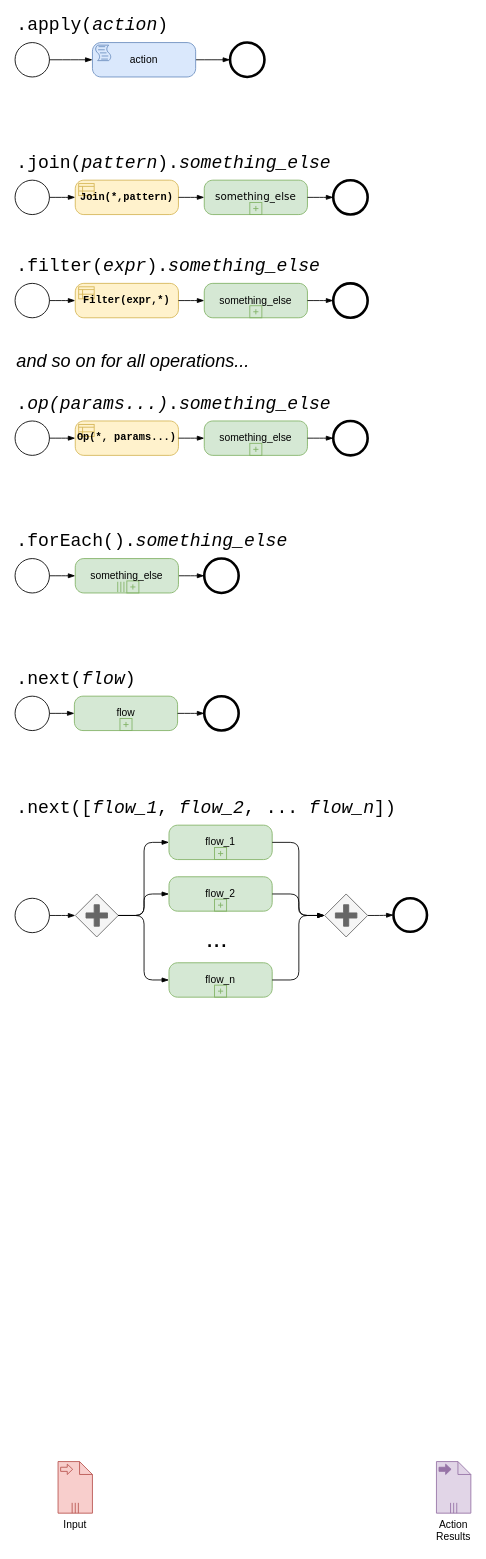
Earlier version of the draw.io diagram page "filter" (10 of 22) of doc/BPMN_flow.drawio (miguel76/know-flow). Source tidied: cells renumbered, new cells numbered last; positions are measured from the earlier drawing's top-left corner, leaving out a move shared by most shapes. Both pictures are drawn from the tidied source at 86%, with x=0, y=0 at pixel (15, 16).
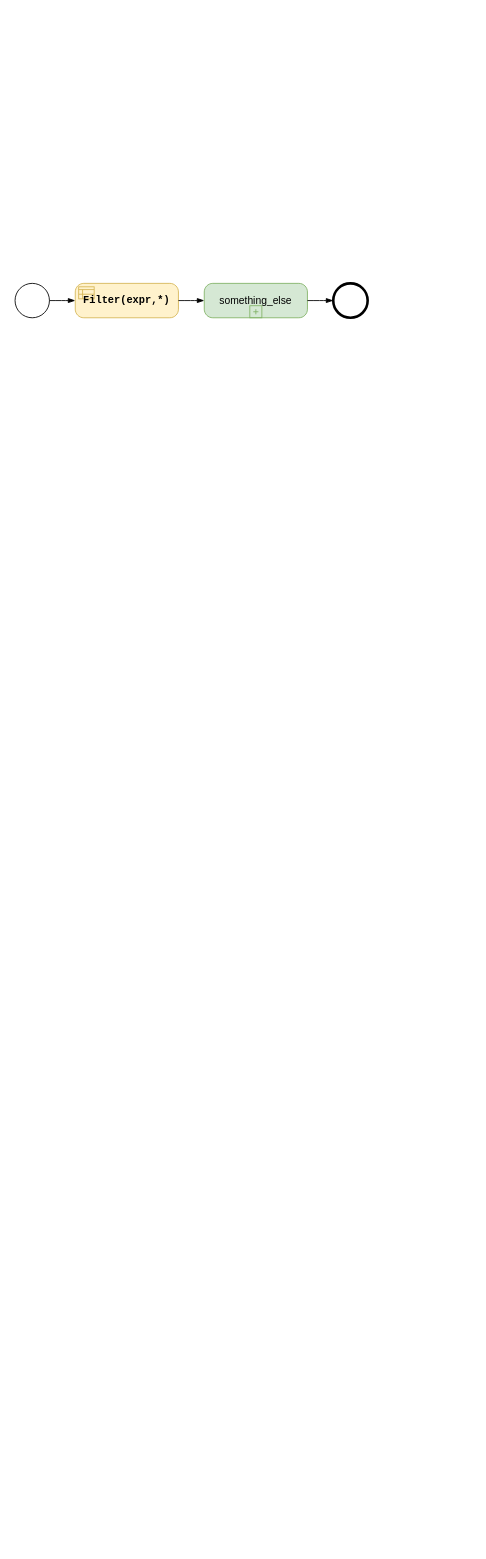
The same diagram, later.

What changed in the source:
```diff
@@
-    <mxCell id="2" style="points=[[0.145,0.145,0],[0.5,0,0],[0.855,0.145,0],[1,0.5,0],[0.855,0.855,0],[0.5,1,0],[0.145,0.855,0],[0,0.5,0]];shape=mxgraph.bpmn.event;html=1;verticalLabelPosition=bottom;labelBackgroundColor=#ffffff;verticalAlign=top;align=center;perimeter=ellipsePerimeter;outlineConnect=0;outline=standard;symbol=general;" parent="1" vertex="1">
-      <mxGeometry y="30" width="40" height="40" as="geometry" />
-    </mxCell>
-    <mxCell id="3" style="edgeStyle=elbowEdgeStyle;fontSize=12;html=1;endArrow=blockThin;endFill=1;exitX=1;exitY=0.5;exitDx=0;exitDy=0;exitPerimeter=0;entryX=0;entryY=0.5;entryDx=0;entryDy=0;entryPerimeter=0;" parent="1" edge="1" source="2" target="6">
-      <mxGeometry relative="1" as="geometry" />
-    </mxCell>
-    <mxCell id="4" style="points=[[0.145,0.145,0],[0.5,0,0],[0.855,0.145,0],[1,0.5,0],[0.855,0.855,0],[0.5,1,0],[0.145,0.855,0],[0,0.5,0]];shape=mxgraph.bpmn.event;html=1;verticalLabelPosition=bottom;labelBackgroundColor=#ffffff;verticalAlign=top;align=center;perimeter=ellipsePerimeter;outlineConnect=0;outline=end;symbol=terminate2;" parent="1" vertex="1">
-      <mxGeometry x="250" y="30" width="40" height="40" as="geometry" />
-    </mxCell>
-    <mxCell id="5" style="edgeStyle=elbowEdgeStyle;fontSize=12;html=1;endArrow=blockThin;endFill=1;exitX=1;exitY=0.5;exitDx=0;exitDy=0;exitPerimeter=0;entryX=0;entryY=0.5;entryDx=0;entryDy=0;entryPerimeter=0;" parent="1" edge="1" source="6" target="4">
-      <mxGeometry relative="1" as="geometry" />
-    </mxCell>
-    <mxCell id="6" value="action" style="points=[[0.25,0,0],[0.5,0,0],[0.75,0,0],[1,0.25,0],[1,0.5,0],[1,0.75,0],[0.75,1,0],[0.5,1,0],[0.25,1,0],[0,0.75,0],[0,0.5,0],[0,0.25,0]];shape=mxgraph.bpmn.task;whiteSpace=wrap;rectStyle=rounded;size=10;taskMarker=script;fillColor=#dae8fc;strokeColor=#6c8ebf;" parent="1" vertex="1">
-      <mxGeometry x="90" y="30" width="120" height="40" as="geometry" />
-    </mxCell>
-    <mxCell id="7" value="&lt;font style=&quot;font-size: 21px&quot; face=&quot;Courier New&quot;&gt;.apply(&lt;i&gt;action&lt;/i&gt;)&lt;/font&gt;" style="text;html=1;strokeColor=none;fillColor=none;align=left;verticalAlign=middle;whiteSpace=wrap;rounded=0;" parent="1" vertex="1">
-      <mxGeometry width="170" height="20" as="geometry" />
-    </mxCell>
-    <mxCell id="8" style="points=[[0.145,0.145,0],[0.5,0,0],[0.855,0.145,0],[1,0.5,0],[0.855,0.855,0],[0.5,1,0],[0.145,0.855,0],[0,0.5,0]];shape=mxgraph.bpmn.event;html=1;verticalLabelPosition=bottom;labelBackgroundColor=#ffffff;verticalAlign=top;align=center;perimeter=ellipsePerimeter;outlineConnect=0;outline=standard;symbol=general;" parent="1" vertex="1">
-      <mxGeometry y="190" width="40" height="40" as="geometry" />
-    </mxCell>
-    <mxCell id="9" style="edgeStyle=elbowEdgeStyle;fontSize=12;html=1;endArrow=blockThin;endFill=1;exitX=1;exitY=0.5;exitDx=0;exitDy=0;exitPerimeter=0;entryX=0;entryY=0.5;entryDx=0;entryDy=0;entryPerimeter=0;" parent="1" edge="1" source="8" target="11">
-      <mxGeometry relative="1" as="geometry" />
-    </mxCell>
-    <mxCell id="10" value="&lt;font style=&quot;font-size: 21px&quot; face=&quot;Courier New&quot;&gt;.join(&lt;i&gt;pattern&lt;/i&gt;).&lt;i&gt;something_else&lt;/i&gt;&lt;/font&gt;" style="text;html=1;strokeColor=none;fillColor=none;align=left;verticalAlign=middle;whiteSpace=wrap;rounded=0;" parent="1" vertex="1">
-      <mxGeometry y="160" width="300" height="20" as="geometry" />
-    </mxCell>
-    <mxCell id="11" value="Join(*,pattern)" style="points=[[0.25,0,0],[0.5,0,0],[0.75,0,0],[1,0.25,0],[1,0.5,0],[1,0.75,0],[0.75,1,0],[0.5,1,0],[0.25,1,0],[0,0.75,0],[0,0.5,0],[0,0.25,0]];shape=mxgraph.bpmn.task;whiteSpace=wrap;rectStyle=rounded;size=10;taskMarker=businessRule;fillColor=#fff2cc;strokeColor=#d6b656;fontFamily=Courier New;fontStyle=1;" parent="1" vertex="1">
-      <mxGeometry x="70" y="190" width="120" height="40" as="geometry" />
-    </mxCell>
-    <mxCell id="12" style="edgeStyle=elbowEdgeStyle;fontSize=12;html=1;endArrow=blockThin;endFill=1;exitX=1;exitY=0.5;exitDx=0;exitDy=0;exitPerimeter=0;entryX=0;entryY=0.5;entryDx=0;entryDy=0;entryPerimeter=0;" parent="1" edge="1" source="11" target="13">
-      <mxGeometry relative="1" as="geometry" />
-    </mxCell>
-    <mxCell id="13" value="something_else" style="points=[[0.25,0,0],[0.5,0,0],[0.75,0,0],[1,0.25,0],[1,0.5,0],[1,0.75,0],[0.75,1,0],[0.5,1,0],[0.25,1,0],[0,0.75,0],[0,0.5,0],[0,0.25,0]];shape=mxgraph.bpmn.task;whiteSpace=wrap;rectStyle=rounded;size=10;taskMarker=abstract;isLoopSub=1;fillColor=#d5e8d4;strokeColor=#82b366;fontFamily=Verdana;" parent="1" vertex="1">
-      <mxGeometry x="220" y="190" width="120" height="40" as="geometry" />
-    </mxCell>
-    <mxCell id="14" style="points=[[0.145,0.145,0],[0.5,0,0],[0.855,0.145,0],[1,0.5,0],[0.855,0.855,0],[0.5,1,0],[0.145,0.855,0],[0,0.5,0]];shape=mxgraph.bpmn.event;html=1;verticalLabelPosition=bottom;labelBackgroundColor=#ffffff;verticalAlign=top;align=center;perimeter=ellipsePerimeter;outlineConnect=0;outline=end;symbol=terminate2;" parent="1" vertex="1">
-      <mxGeometry x="370" y="190" width="40" height="40" as="geometry" />
-    </mxCell>
-    <mxCell id="15" style="edgeStyle=elbowEdgeStyle;fontSize=12;html=1;endArrow=blockThin;endFill=1;exitX=1;exitY=0.5;exitDx=0;exitDy=0;exitPerimeter=0;entryX=0;entryY=0.5;entryDx=0;entryDy=0;entryPerimeter=0;" parent="1" edge="1" source="13" target="14">
-      <mxGeometry relative="1" as="geometry" />
-    </mxCell>
@@
-    <mxCell id="18" value="&lt;font style=&quot;font-size: 21px&quot; face=&quot;Courier New&quot;&gt;.filter(&lt;i&gt;expr&lt;/i&gt;).&lt;i&gt;something_else&lt;/i&gt;&lt;/font&gt;" style="text;html=1;strokeColor=none;fillColor=none;align=left;verticalAlign=middle;whiteSpace=wrap;rounded=0;" parent="1" vertex="1">
-      <mxGeometry y="280" width="340" height="20" as="geometry" />
-    </mxCell>
@@
-    <mxCell id="24" value="&lt;font style=&quot;font-size: 21px&quot; face=&quot;Courier New&quot;&gt;.&lt;i&gt;op(params...)&lt;/i&gt;.&lt;i&gt;something_else&lt;/i&gt;&lt;/font&gt;" style="text;html=1;strokeColor=none;fillColor=none;align=left;verticalAlign=middle;whiteSpace=wrap;rounded=0;" parent="1" vertex="1">
-      <mxGeometry y="440" width="340" height="20" as="geometry" />
-    </mxCell>
-    <mxCell id="25" style="points=[[0.145,0.145,0],[0.5,0,0],[0.855,0.145,0],[1,0.5,0],[0.855,0.855,0],[0.5,1,0],[0.145,0.855,0],[0,0.5,0]];shape=mxgraph.bpmn.event;html=1;verticalLabelPosition=bottom;labelBackgroundColor=#ffffff;verticalAlign=top;align=center;perimeter=ellipsePerimeter;outlineConnect=0;outline=standard;symbol=general;" parent="1" vertex="1">
-      <mxGeometry y="470" width="40" height="40" as="geometry" />
-    </mxCell>
-    <mxCell id="26" style="edgeStyle=elbowEdgeStyle;fontSize=12;html=1;endArrow=blockThin;endFill=1;exitX=1;exitY=0.5;exitDx=0;exitDy=0;exitPerimeter=0;entryX=0;entryY=0.5;entryDx=0;entryDy=0;entryPerimeter=0;" parent="1" edge="1" source="25" target="27">
-      <mxGeometry relative="1" as="geometry" />
-    </mxCell>
-    <mxCell id="27" value="Op(*, params...)" style="points=[[0.25,0,0],[0.5,0,0],[0.75,0,0],[1,0.25,0],[1,0.5,0],[1,0.75,0],[0.75,1,0],[0.5,1,0],[0.25,1,0],[0,0.75,0],[0,0.5,0],[0,0.25,0]];shape=mxgraph.bpmn.task;whiteSpace=wrap;rectStyle=rounded;size=10;taskMarker=businessRule;fillColor=#fff2cc;strokeColor=#d6b656;fontFamily=Courier New;fontStyle=1;" parent="1" vertex="1">
-      <mxGeometry x="70" y="470" width="120" height="40" as="geometry" />
-    </mxCell>
-    <mxCell id="28" style="edgeStyle=elbowEdgeStyle;fontSize=12;html=1;endArrow=blockThin;endFill=1;exitX=1;exitY=0.5;exitDx=0;exitDy=0;exitPerimeter=0;entryX=0;entryY=0.5;entryDx=0;entryDy=0;entryPerimeter=0;" parent="1" edge="1" source="27" target="29">
-      <mxGeometry relative="1" as="geometry" />
-    </mxCell>
-    <mxCell id="29" value="something_else" style="points=[[0.25,0,0],[0.5,0,0],[0.75,0,0],[1,0.25,0],[1,0.5,0],[1,0.75,0],[0.75,1,0],[0.5,1,0],[0.25,1,0],[0,0.75,0],[0,0.5,0],[0,0.25,0]];shape=mxgraph.bpmn.task;whiteSpace=wrap;rectStyle=rounded;size=10;taskMarker=abstract;isLoopSub=1;fillColor=#d5e8d4;strokeColor=#82b366;" parent="1" vertex="1">
-      <mxGeometry x="220" y="470" width="120" height="40" as="geometry" />
-    </mxCell>
-    <mxCell id="30" style="points=[[0.145,0.145,0],[0.5,0,0],[0.855,0.145,0],[1,0.5,0],[0.855,0.855,0],[0.5,1,0],[0.145,0.855,0],[0,0.5,0]];shape=mxgraph.bpmn.event;html=1;verticalLabelPosition=bottom;labelBackgroundColor=#ffffff;verticalAlign=top;align=center;perimeter=ellipsePerimeter;outlineConnect=0;outline=end;symbol=terminate2;" parent="1" vertex="1">
-      <mxGeometry x="370" y="470" width="40" height="40" as="geometry" />
-    </mxCell>
-    <mxCell id="31" style="edgeStyle=elbowEdgeStyle;fontSize=12;html=1;endArrow=blockThin;endFill=1;exitX=1;exitY=0.5;exitDx=0;exitDy=0;exitPerimeter=0;entryX=0;entryY=0.5;entryDx=0;entryDy=0;entryPerimeter=0;" parent="1" edge="1" source="29" target="30">
-      <mxGeometry relative="1" as="geometry" />
-    </mxCell>
-    <mxCell id="32" value="&lt;span style=&quot;font-size: 21px&quot;&gt;&lt;i&gt;and so on for all operations...&lt;/i&gt;&lt;/span&gt;" style="text;html=1;strokeColor=none;fillColor=none;align=left;verticalAlign=middle;whiteSpace=wrap;rounded=0;" parent="1" vertex="1">
-      <mxGeometry y="390" width="340" height="20" as="geometry" />
-    </mxCell>
-    <mxCell id="33" style="points=[[0.145,0.145,0],[0.5,0,0],[0.855,0.145,0],[1,0.5,0],[0.855,0.855,0],[0.5,1,0],[0.145,0.855,0],[0,0.5,0]];shape=mxgraph.bpmn.event;html=1;verticalLabelPosition=bottom;labelBackgroundColor=#ffffff;verticalAlign=top;align=center;perimeter=ellipsePerimeter;outlineConnect=0;outline=standard;symbol=general;" parent="1" vertex="1">
-      <mxGeometry y="630" width="40" height="40" as="geometry" />
-    </mxCell>
-    <mxCell id="34" style="edgeStyle=elbowEdgeStyle;fontSize=12;html=1;endArrow=blockThin;endFill=1;exitX=1;exitY=0.5;exitDx=0;exitDy=0;exitPerimeter=0;entryX=0;entryY=0.5;entryDx=0;entryDy=0;entryPerimeter=0;" parent="1" edge="1" source="33" target="37">
-      <mxGeometry relative="1" as="geometry" />
-    </mxCell>
-    <mxCell id="35" style="edgeStyle=elbowEdgeStyle;fontSize=12;html=1;endArrow=blockThin;endFill=1;exitX=1;exitY=0.5;exitDx=0;exitDy=0;exitPerimeter=0;entryX=0;entryY=0.5;entryDx=0;entryDy=0;entryPerimeter=0;" parent="1" edge="1" source="37" target="36">
-      <mxGeometry relative="1" as="geometry" />
-    </mxCell>
-    <mxCell id="36" style="points=[[0.145,0.145,0],[0.5,0,0],[0.855,0.145,0],[1,0.5,0],[0.855,0.855,0],[0.5,1,0],[0.145,0.855,0],[0,0.5,0]];shape=mxgraph.bpmn.event;html=1;verticalLabelPosition=bottom;labelBackgroundColor=#ffffff;verticalAlign=top;align=center;perimeter=ellipsePerimeter;outlineConnect=0;outline=end;symbol=terminate2;" parent="1" vertex="1">
-      <mxGeometry x="220" y="630" width="40" height="40" as="geometry" />
-    </mxCell>
-    <mxCell id="37" value="something_else" style="points=[[0.25,0,0],[0.5,0,0],[0.75,0,0],[1,0.25,0],[1,0.5,0],[1,0.75,0],[0.75,1,0],[0.5,1,0],[0.25,1,0],[0,0.75,0],[0,0.5,0],[0,0.25,0]];shape=mxgraph.bpmn.task;whiteSpace=wrap;rectStyle=rounded;size=10;taskMarker=abstract;isLoopSub=1;isLoopMultiParallel=1;fillColor=#d5e8d4;strokeColor=#82b366;" parent="1" vertex="1">
-      <mxGeometry x="70" y="630" width="120" height="40" as="geometry" />
-    </mxCell>
-    <mxCell id="38" value="&lt;font style=&quot;font-size: 21px&quot; face=&quot;Courier New&quot;&gt;.forEach().&lt;i&gt;something_else&lt;/i&gt;&lt;/font&gt;" style="text;html=1;strokeColor=none;fillColor=none;align=left;verticalAlign=middle;whiteSpace=wrap;rounded=0;" parent="1" vertex="1">
-      <mxGeometry y="600" width="340" height="20" as="geometry" />
-    </mxCell>
-    <mxCell id="39" value="&lt;font style=&quot;font-size: 21px&quot; face=&quot;Courier New&quot;&gt;.next([&lt;i&gt;flow_1&lt;/i&gt;, &lt;i&gt;flow_2&lt;/i&gt;, ... &lt;i&gt;flow_n&lt;/i&gt;])&lt;/font&gt;" style="text;html=1;strokeColor=none;fillColor=none;align=left;verticalAlign=middle;whiteSpace=wrap;rounded=0;" parent="1" vertex="1">
-      <mxGeometry y="910" width="480" height="20" as="geometry" />
-    </mxCell>
-    <mxCell id="40" value="Input" style="shape=mxgraph.bpmn.data;labelPosition=center;verticalLabelPosition=bottom;align=center;verticalAlign=top;whiteSpace=wrap;size=15;html=1;bpmnTransferType=input;isCollection=1;fillColor=#f8cecc;strokeColor=#b85450;" parent="1" vertex="1">
-      <mxGeometry x="50" y="1680" width="40" height="60" as="geometry" />
-    </mxCell>
-    <mxCell id="41" style="points=[[0.145,0.145,0],[0.5,0,0],[0.855,0.145,0],[1,0.5,0],[0.855,0.855,0],[0.5,1,0],[0.145,0.855,0],[0,0.5,0]];shape=mxgraph.bpmn.event;html=1;verticalLabelPosition=bottom;labelBackgroundColor=#ffffff;verticalAlign=top;align=center;perimeter=ellipsePerimeter;outlineConnect=0;outline=standard;symbol=general;" parent="1" vertex="1">
-      <mxGeometry y="1025" width="40" height="40" as="geometry" />
-    </mxCell>
-    <mxCell id="42" style="edgeStyle=elbowEdgeStyle;fontSize=12;html=1;endArrow=blockThin;endFill=1;exitX=1;exitY=0.5;exitDx=0;exitDy=0;exitPerimeter=0;entryX=0;entryY=0.5;entryDx=0;entryDy=0;entryPerimeter=0;" parent="1" edge="1" source="41" target="49">
-      <mxGeometry relative="1" as="geometry" />
-    </mxCell>
-    <mxCell id="43" style="edgeStyle=elbowEdgeStyle;fontSize=12;html=1;endArrow=blockThin;endFill=1;exitX=1;exitY=0.5;exitDx=0;exitDy=0;exitPerimeter=0;entryX=0;entryY=0.5;entryDx=0;entryDy=0;entryPerimeter=0;" parent="1" edge="1" source="54" target="44">
-      <mxGeometry relative="1" as="geometry" />
-    </mxCell>
-    <mxCell id="44" style="points=[[0.145,0.145,0],[0.5,0,0],[0.855,0.145,0],[1,0.5,0],[0.855,0.855,0],[0.5,1,0],[0.145,0.855,0],[0,0.5,0]];shape=mxgraph.bpmn.event;html=1;verticalLabelPosition=bottom;labelBackgroundColor=#ffffff;verticalAlign=top;align=center;perimeter=ellipsePerimeter;outlineConnect=0;outline=end;symbol=terminate2;" parent="1" vertex="1">
-      <mxGeometry x="440" y="1025" width="39" height="39" as="geometry" />
-    </mxCell>
-    <mxCell id="45" value="Action Results" style="shape=mxgraph.bpmn.data;labelPosition=center;verticalLabelPosition=bottom;align=center;verticalAlign=top;whiteSpace=wrap;size=15;html=1;bpmnTransferType=output;isCollection=1;fillColor=#e1d5e7;strokeColor=#9673a6;" parent="1" vertex="1">
-      <mxGeometry x="490" y="1680" width="40" height="60" as="geometry" />
-    </mxCell>
-    <mxCell id="46" value="flow_1" style="points=[[0.25,0,0],[0.5,0,0],[0.75,0,0],[1,0.25,0],[1,0.5,0],[1,0.75,0],[0.75,1,0],[0.5,1,0],[0.25,1,0],[0,0.75,0],[0,0.5,0],[0,0.25,0]];shape=mxgraph.bpmn.task;whiteSpace=wrap;rectStyle=rounded;size=10;taskMarker=abstract;isLoopSub=1;fillColor=#d5e8d4;strokeColor=#82b366;" parent="1" vertex="1">
-      <mxGeometry x="179" y="940" width="120" height="40" as="geometry" />
-    </mxCell>
-    <mxCell id="47" value="flow_2" style="points=[[0.25,0,0],[0.5,0,0],[0.75,0,0],[1,0.25,0],[1,0.5,0],[1,0.75,0],[0.75,1,0],[0.5,1,0],[0.25,1,0],[0,0.75,0],[0,0.5,0],[0,0.25,0]];shape=mxgraph.bpmn.task;whiteSpace=wrap;rectStyle=rounded;size=10;taskMarker=abstract;isLoopSub=1;fillColor=#d5e8d4;strokeColor=#82b366;" parent="1" vertex="1">
-      <mxGeometry x="179" y="1000" width="120" height="40" as="geometry" />
-    </mxCell>
-    <mxCell id="48" value="flow_n" style="points=[[0.25,0,0],[0.5,0,0],[0.75,0,0],[1,0.25,0],[1,0.5,0],[1,0.75,0],[0.75,1,0],[0.5,1,0],[0.25,1,0],[0,0.75,0],[0,0.5,0],[0,0.25,0]];shape=mxgraph.bpmn.task;whiteSpace=wrap;rectStyle=rounded;size=10;taskMarker=abstract;isLoopSub=1;fillColor=#d5e8d4;strokeColor=#82b366;" parent="1" vertex="1">
-      <mxGeometry x="179" y="1100" width="120" height="40" as="geometry" />
-    </mxCell>
-    <mxCell id="49" style="points=[[0.25,0.25,0],[0.5,0,0],[0.75,0.25,0],[1,0.5,0],[0.75,0.75,0],[0.5,1,0],[0.25,0.75,0],[0,0.5,0]];shape=mxgraph.bpmn.gateway2;html=1;verticalLabelPosition=bottom;labelBackgroundColor=#ffffff;verticalAlign=top;align=center;perimeter=rhombusPerimeter;outlineConnect=0;outline=none;symbol=none;gwType=parallel;fillColor=#f5f5f5;strokeColor=#666666;fontColor=#333333;" parent="1" vertex="1">
-      <mxGeometry x="70" y="1020" width="50" height="50" as="geometry" />
-    </mxCell>
-    <mxCell id="50" value="&lt;font&gt;&lt;font style=&quot;font-size: 30px&quot;&gt;...&lt;/font&gt;&lt;br&gt;&lt;/font&gt;" style="text;html=1;strokeColor=none;fillColor=none;align=center;verticalAlign=middle;whiteSpace=wrap;rounded=0;" parent="1" vertex="1">
-      <mxGeometry x="190" y="1061" width="90" height="20" as="geometry" />
-    </mxCell>
-    <mxCell id="51" style="edgeStyle=elbowEdgeStyle;fontSize=12;html=1;endArrow=blockThin;endFill=1;exitX=1;exitY=0.5;exitDx=0;exitDy=0;exitPerimeter=0;entryX=0;entryY=0.5;entryDx=0;entryDy=0;entryPerimeter=0;" parent="1" edge="1" source="49" target="46">
-      <mxGeometry relative="1" as="geometry">
-        <Array as="points">
-          <mxPoint x="150" y="980" />
-          <mxPoint x="140" y="960" />
-          <mxPoint x="130" y="930" />
-        </Array>
-      </mxGeometry>
-    </mxCell>
-    <mxCell id="52" style="edgeStyle=elbowEdgeStyle;fontSize=12;html=1;endArrow=blockThin;endFill=1;exitX=1;exitY=0.5;exitDx=0;exitDy=0;exitPerimeter=0;entryX=0;entryY=0.5;entryDx=0;entryDy=0;entryPerimeter=0;" parent="1" edge="1" source="49" target="47">
-      <mxGeometry relative="1" as="geometry">
-        <Array as="points">
-          <mxPoint x="150" y="1030" />
-          <mxPoint x="140" y="1030" />
-        </Array>
-      </mxGeometry>
-    </mxCell>
-    <mxCell id="53" style="edgeStyle=elbowEdgeStyle;fontSize=12;html=1;endArrow=blockThin;endFill=1;exitX=1;exitY=0.5;exitDx=0;exitDy=0;exitPerimeter=0;entryX=0;entryY=0.5;entryDx=0;entryDy=0;entryPerimeter=0;" parent="1" edge="1" source="49" target="48">
-      <mxGeometry relative="1" as="geometry">
-        <Array as="points">
-          <mxPoint x="150" y="1090" />
-          <mxPoint x="140" y="1090" />
-          <mxPoint x="130" y="1090" />
-        </Array>
-      </mxGeometry>
-    </mxCell>
-    <mxCell id="54" style="points=[[0.25,0.25,0],[0.5,0,0],[0.75,0.25,0],[1,0.5,0],[0.75,0.75,0],[0.5,1,0],[0.25,0.75,0],[0,0.5,0]];shape=mxgraph.bpmn.gateway2;html=1;verticalLabelPosition=bottom;labelBackgroundColor=#ffffff;verticalAlign=top;align=center;perimeter=rhombusPerimeter;outlineConnect=0;outline=none;symbol=none;gwType=parallel;fillColor=#f5f5f5;strokeColor=#666666;fontColor=#333333;" parent="1" vertex="1">
-      <mxGeometry x="360" y="1020" width="50" height="50" as="geometry" />
-    </mxCell>
-    <mxCell id="55" style="edgeStyle=elbowEdgeStyle;fontSize=12;html=1;endArrow=blockThin;endFill=1;exitX=1;exitY=0.5;exitDx=0;exitDy=0;exitPerimeter=0;entryX=0;entryY=0.5;entryDx=0;entryDy=0;entryPerimeter=0;" parent="1" edge="1" source="47" target="54">
-      <mxGeometry relative="1" as="geometry">
-        <Array as="points">
-          <mxPoint x="330" y="1020" />
-          <mxPoint x="420" y="1060" />
-          <mxPoint x="460" y="1040" />
-        </Array>
-      </mxGeometry>
-    </mxCell>
-    <mxCell id="56" style="edgeStyle=elbowEdgeStyle;fontSize=12;html=1;endArrow=blockThin;endFill=1;exitX=1;exitY=0.5;exitDx=0;exitDy=0;exitPerimeter=0;entryX=0;entryY=0.5;entryDx=0;entryDy=0;entryPerimeter=0;" parent="1" edge="1" source="48" target="54">
-      <mxGeometry relative="1" as="geometry">
-        <Array as="points">
-          <mxPoint x="330" y="1090" />
-          <mxPoint x="420" y="1130" />
-          <mxPoint x="460" y="1120" />
-          <mxPoint x="340" y="1080" />
-        </Array>
-      </mxGeometry>
-    </mxCell>
-    <mxCell id="57" style="edgeStyle=elbowEdgeStyle;fontSize=12;html=1;endArrow=blockThin;endFill=1;exitX=1;exitY=0.5;exitDx=0;exitDy=0;exitPerimeter=0;entryX=0;entryY=0.5;entryDx=0;entryDy=0;entryPerimeter=0;" parent="1" edge="1" source="46" target="54">
-      <mxGeometry relative="1" as="geometry">
-        <Array as="points">
-          <mxPoint x="330" y="970" />
-          <mxPoint x="420" y="960" />
-          <mxPoint x="460" y="990" />
-          <mxPoint x="340" y="980" />
-        </Array>
-      </mxGeometry>
-    </mxCell>
-    <mxCell id="58" value="&lt;font style=&quot;font-size: 21px&quot; face=&quot;Courier New&quot;&gt;.next(&lt;i&gt;flow&lt;/i&gt;)&lt;/font&gt;" style="text;html=1;strokeColor=none;fillColor=none;align=left;verticalAlign=middle;whiteSpace=wrap;rounded=0;" parent="1" vertex="1">
-      <mxGeometry y="760" width="340" height="20" as="geometry" />
-    </mxCell>
-    <mxCell id="59" style="points=[[0.145,0.145,0],[0.5,0,0],[0.855,0.145,0],[1,0.5,0],[0.855,0.855,0],[0.5,1,0],[0.145,0.855,0],[0,0.5,0]];shape=mxgraph.bpmn.event;html=1;verticalLabelPosition=bottom;labelBackgroundColor=#ffffff;verticalAlign=top;align=center;perimeter=ellipsePerimeter;outlineConnect=0;outline=standard;symbol=general;" parent="1" vertex="1">
-      <mxGeometry y="790" width="40" height="40" as="geometry" />
-    </mxCell>
-    <mxCell id="60" style="edgeStyle=elbowEdgeStyle;fontSize=12;html=1;endArrow=blockThin;endFill=1;entryX=0;entryY=0.5;entryDx=0;entryDy=0;entryPerimeter=0;" parent="1" edge="1" source="59" target="61">
-      <mxGeometry relative="1" as="geometry" />
-    </mxCell>
-    <mxCell id="61" value="flow" style="points=[[0.25,0,0],[0.5,0,0],[0.75,0,0],[1,0.25,0],[1,0.5,0],[1,0.75,0],[0.75,1,0],[0.5,1,0],[0.25,1,0],[0,0.75,0],[0,0.5,0],[0,0.25,0]];shape=mxgraph.bpmn.task;whiteSpace=wrap;rectStyle=rounded;size=10;taskMarker=abstract;isLoopSub=1;fillColor=#d5e8d4;strokeColor=#82b366;" parent="1" vertex="1">
-      <mxGeometry x="69" y="790" width="120" height="40" as="geometry" />
-    </mxCell>
-    <mxCell id="62" style="points=[[0.145,0.145,0],[0.5,0,0],[0.855,0.145,0],[1,0.5,0],[0.855,0.855,0],[0.5,1,0],[0.145,0.855,0],[0,0.5,0]];shape=mxgraph.bpmn.event;html=1;verticalLabelPosition=bottom;labelBackgroundColor=#ffffff;verticalAlign=top;align=center;perimeter=ellipsePerimeter;outlineConnect=0;outline=end;symbol=terminate2;" parent="1" vertex="1">
-      <mxGeometry x="220" y="790" width="40" height="40" as="geometry" />
-    </mxCell>
-    <mxCell id="63" style="edgeStyle=elbowEdgeStyle;fontSize=12;html=1;endArrow=blockThin;endFill=1;exitX=1;exitY=0.5;exitDx=0;exitDy=0;exitPerimeter=0;entryX=0;entryY=0.5;entryDx=0;entryDy=0;entryPerimeter=0;" parent="1" edge="1" source="61" target="62">
-      <mxGeometry relative="1" as="geometry" />
-    </mxCell>
```
